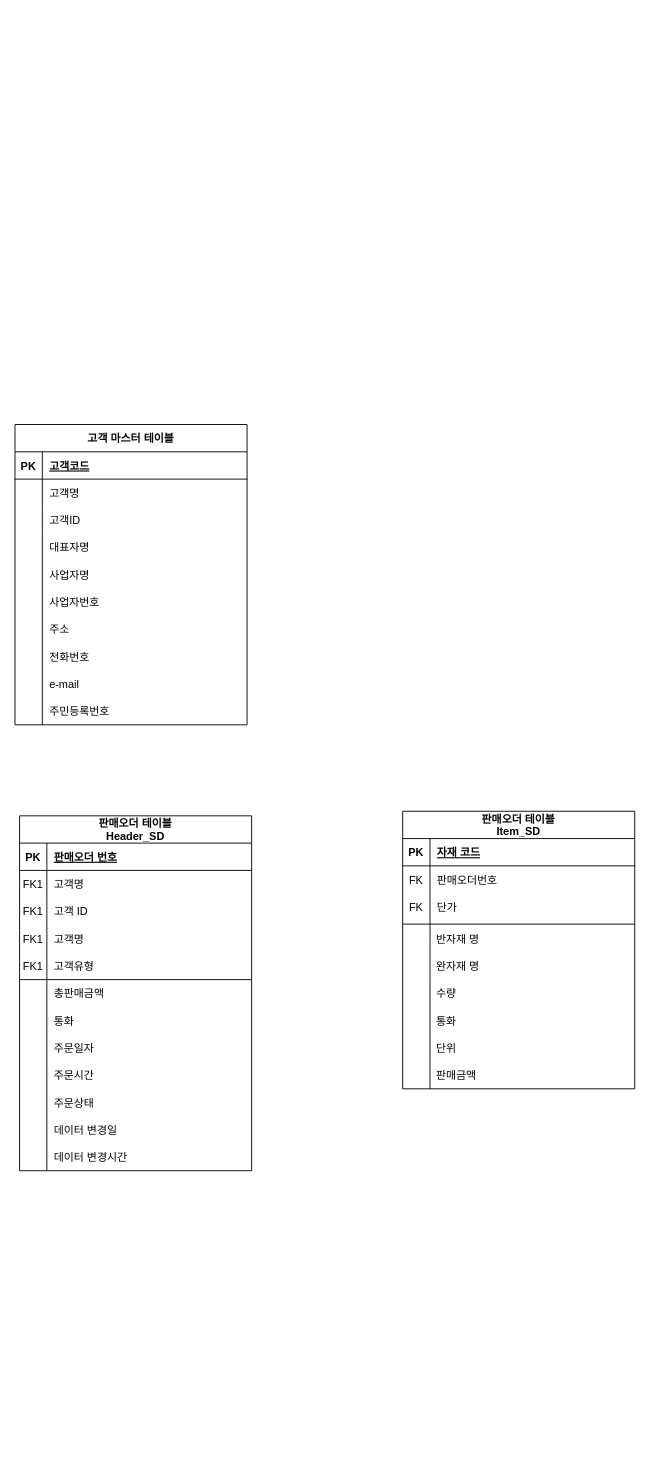
Before: ERD.drawio in theboxx/haha, a draw.io diagram. Source tidied: cells renumbered, new cells numbered last; positions are measured from the earlier drawing's top-left corner, leaving out a move shared by most shapes. Both pictures are drawn from the tidied source at 91%, with x=0, y=0 at pixel (15, 424).
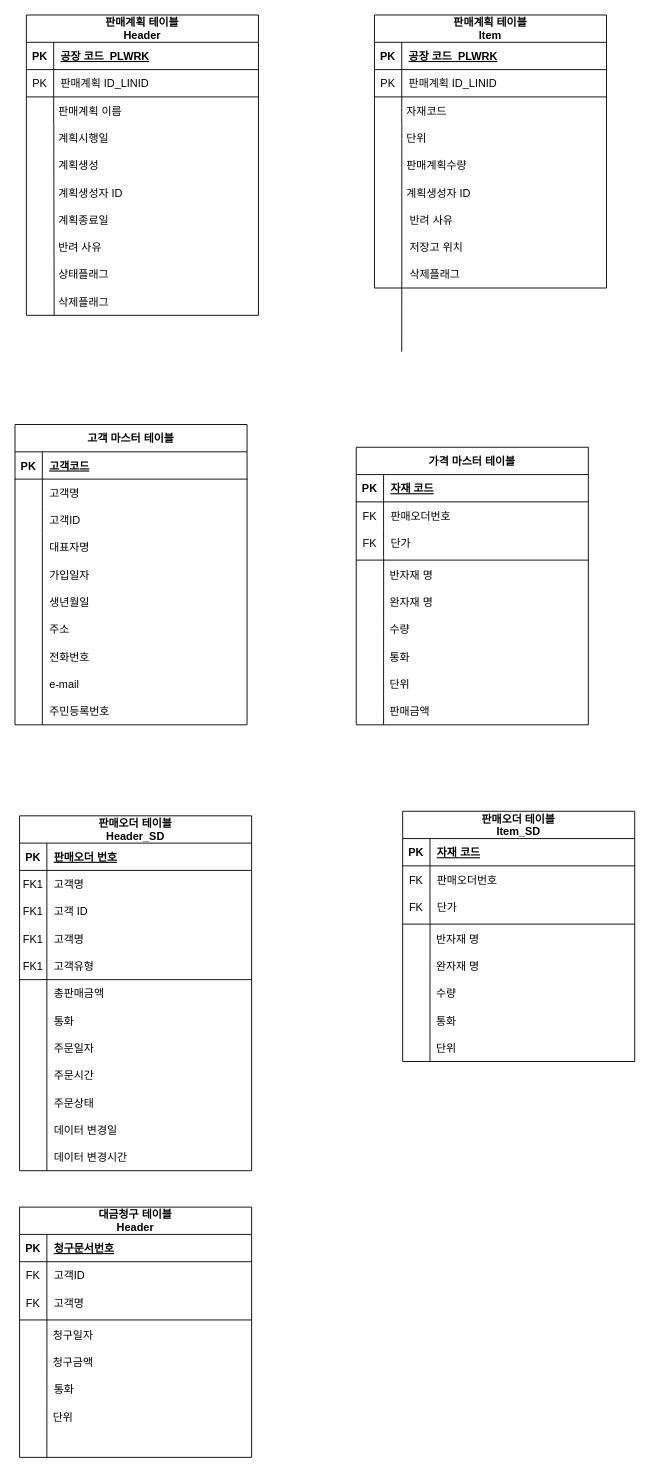
The same page after the edit.

Unchanged cells that the change refers to:
```xml
<mxCell id="32" style="shape=partialRectangle;fillColor=none;points=[[0,0.5],[1,0.5]];portConstraint=eastwest;top=0;left=0;right=0;bottom=0;" parent="25" vertex="1">
  <mxGeometry y="90" width="255" height="30" as="geometry" />
</mxCell>
```

The edit, as a diff of the source:
```diff
@@
     <mxCell id="25" value="판매오더 테이블&#10;Item_SD" style="shape=table;startSize=30;childLayout=tableLayout;rowLines=0;fontStyle=1;align=center;" parent="1" vertex="1">
-      <mxGeometry x="426" y="425" width="255" height="305" as="geometry" />
+      <mxGeometry x="426" y="425" width="255" height="275" as="geometry" />
     </mxCell>
@@
     <mxCell id="35" style="endArrow=none;html=1;rounded=0;entryX=0.118;entryY=1;entryDx=0;entryDy=0;entryPerimeter=0;" parent="1" edge="1" target="32">
       <mxGeometry relative="1" as="geometry">
-        <mxPoint x="456" y="730" as="sourcePoint" />
+        <mxPoint x="456" y="700" as="sourcePoint" />
       </mxGeometry>
     </mxCell>
@@
-    <mxCell id="42" value="판매금액" style="shape=partialRectangle;overflow=hidden;fillColor=none;top=0;left=0;bottom=0;right=0;align=left;spacingLeft=6;" parent="1" vertex="1">
-      <mxGeometry x="455" y="700" width="220" height="30" as="geometry" />
-    </mxCell>
@@
-    <mxCell id="54" value="사업자명" style="shape=partialRectangle;overflow=hidden;fillColor=none;top=0;left=0;bottom=0;right=0;align=left;spacingLeft=6;" parent="1" vertex="1">
+    <mxCell id="54" value="가입일자" style="shape=partialRectangle;overflow=hidden;fillColor=none;top=0;left=0;bottom=0;right=0;align=left;spacingLeft=6;" parent="1" vertex="1">
       <mxGeometry x="30" y="150" width="220" height="30" as="geometry" />
     </mxCell>
@@
-    <mxCell id="56" value="사업자번호" style="shape=partialRectangle;overflow=hidden;fillColor=none;top=0;left=0;bottom=0;right=0;align=left;spacingLeft=6;" parent="1" vertex="1">
+    <mxCell id="56" value="생년월일" style="shape=partialRectangle;overflow=hidden;fillColor=none;top=0;left=0;bottom=0;right=0;align=left;spacingLeft=6;" parent="1" vertex="1">
       <mxGeometry x="30" y="180" width="220" height="30" as="geometry" />
     </mxCell>
@@
+    <mxCell id="61" value="가격 마스터 테이블" style="shape=table;startSize=30;childLayout=tableLayout;rowLines=0;fontStyle=1;align=center;" parent="1" vertex="1">
+      <mxGeometry x="375" y="25" width="255" height="305" as="geometry" />
+    </mxCell>
+    <mxCell id="62" style="shape=partialRectangle;fillColor=none;top=0;left=0;right=0;bottom=1;" parent="61" vertex="1">
+      <mxGeometry y="30" width="255" height="30" as="geometry" />
+    </mxCell>
+    <mxCell id="63" value="PK" style="shape=partialRectangle;overflow=hidden;fillColor=none;top=0;left=0;bottom=0;right=0;fontStyle=1;" parent="62" vertex="1">
+      <mxGeometry width="30" height="30" as="geometry" />
+    </mxCell>
+    <mxCell id="64" value="자재 코드" style="shape=partialRectangle;overflow=hidden;fillColor=none;top=0;left=0;bottom=0;right=0;align=left;spacingLeft=6;fontStyle=5;" parent="62" vertex="1">
+      <mxGeometry x="30" width="225" height="30" as="geometry" />
+    </mxCell>
+    <mxCell id="65" style="shape=partialRectangle;fillColor=none;top=0;left=0;right=0;bottom=0;" parent="61" vertex="1">
+      <mxGeometry y="60" width="255" height="30" as="geometry" />
+    </mxCell>
+    <mxCell id="66" value="FK" style="shape=partialRectangle;overflow=hidden;fillColor=none;top=0;left=0;bottom=0;right=0;" parent="65" vertex="1">
+      <mxGeometry width="30" height="30" as="geometry" />
+    </mxCell>
+    <mxCell id="67" value="판매오더번호" style="shape=partialRectangle;overflow=hidden;fillColor=none;top=0;left=0;bottom=0;right=0;align=left;spacingLeft=6;" parent="65" vertex="1">
+      <mxGeometry x="30" width="225" height="30" as="geometry" />
+    </mxCell>
+    <mxCell id="68" style="shape=partialRectangle;fillColor=none;points=[[0,0.5],[1,0.5]];portConstraint=eastwest;top=0;left=0;right=0;bottom=0;" parent="61" vertex="1">
+      <mxGeometry y="90" width="255" height="30" as="geometry" />
+    </mxCell>
+    <mxCell id="69" value="FK" style="shape=partialRectangle;overflow=hidden;fillColor=none;top=0;left=0;bottom=0;right=0;" parent="68" vertex="1">
+      <mxGeometry width="30" height="30" as="geometry" />
+    </mxCell>
+    <mxCell id="70" value="단가" style="shape=partialRectangle;overflow=hidden;fillColor=none;top=0;left=0;bottom=0;right=0;align=left;spacingLeft=6;" parent="68" vertex="1">
+      <mxGeometry x="30" width="225" height="30" as="geometry" />
+    </mxCell>
+    <mxCell id="71" style="endArrow=none;html=1;rounded=0;entryX=0.118;entryY=1;entryDx=0;entryDy=0;entryPerimeter=0;" parent="1" edge="1" target="68">
+      <mxGeometry relative="1" as="geometry">
+        <mxPoint x="405" y="330" as="sourcePoint" />
+      </mxGeometry>
+    </mxCell>
+    <mxCell id="72" style="endArrow=none;html=1;rounded=0;" parent="1" edge="1">
+      <mxGeometry relative="1" as="geometry">
+        <mxPoint x="375" y="149" as="sourcePoint" />
+        <mxPoint x="630" y="149" as="targetPoint" />
+      </mxGeometry>
+    </mxCell>
+    <mxCell id="73" value="완자재 명" style="shape=partialRectangle;overflow=hidden;fillColor=none;top=0;left=0;bottom=0;right=0;align=left;spacingLeft=6;" parent="1" vertex="1">
+      <mxGeometry x="404" y="180" width="220" height="30" as="geometry" />
+    </mxCell>
+    <mxCell id="74" value="통화" style="shape=partialRectangle;overflow=hidden;fillColor=none;top=0;left=0;bottom=0;right=0;align=left;spacingLeft=6;" parent="1" vertex="1">
+      <mxGeometry x="404" y="240" width="220" height="30" as="geometry" />
+    </mxCell>
+    <mxCell id="75" value="반자재 명" style="shape=partialRectangle;overflow=hidden;fillColor=none;top=0;left=0;bottom=0;right=0;align=left;spacingLeft=6;" parent="1" vertex="1">
+      <mxGeometry x="404" y="150" width="220" height="30" as="geometry" />
+    </mxCell>
+    <mxCell id="76" value="수량" style="shape=partialRectangle;overflow=hidden;fillColor=none;top=0;left=0;bottom=0;right=0;align=left;spacingLeft=6;" parent="1" vertex="1">
+      <mxGeometry x="404" y="210" width="220" height="30" as="geometry" />
+    </mxCell>
+    <mxCell id="77" value="단위" style="shape=partialRectangle;overflow=hidden;fillColor=none;top=0;left=0;bottom=0;right=0;align=left;spacingLeft=6;" parent="1" vertex="1">
+      <mxGeometry x="404" y="270" width="220" height="30" as="geometry" />
+    </mxCell>
+    <mxCell id="42" value="판매금액" style="shape=partialRectangle;overflow=hidden;fillColor=none;top=0;left=0;bottom=0;right=0;align=left;spacingLeft=6;" parent="1" vertex="1">
+      <mxGeometry x="404" y="300" width="220" height="30" as="geometry" />
+    </mxCell>
+    <mxCell id="78" value="판매계획 테이블&#10;Header" style="shape=table;startSize=30;childLayout=tableLayout;rowLines=0;fontStyle=1;align=center;" parent="1" vertex="1">
+      <mxGeometry x="12.5" y="-450" width="255" height="330" as="geometry" />
+    </mxCell>
+    <mxCell id="79" style="shape=partialRectangle;fillColor=none;top=0;left=0;right=0;bottom=1;" parent="78" vertex="1">
+      <mxGeometry y="30" width="255" height="30" as="geometry" />
+    </mxCell>
+    <mxCell id="80" value="PK" style="shape=partialRectangle;overflow=hidden;fillColor=none;top=0;left=0;bottom=0;right=0;fontStyle=1;" parent="79" vertex="1">
+      <mxGeometry width="30" height="30" as="geometry" />
+    </mxCell>
+    <mxCell id="81" value="공장 코드_PLWRK" style="shape=partialRectangle;overflow=hidden;fillColor=none;top=0;left=0;bottom=0;right=0;align=left;spacingLeft=6;fontStyle=5;" parent="79" vertex="1">
+      <mxGeometry x="30" width="225" height="30" as="geometry" />
+    </mxCell>
+    <mxCell id="82" style="shape=partialRectangle;fillColor=none;top=0;left=0;right=0;bottom=0;" parent="78" vertex="1">
+      <mxGeometry y="60" width="255" height="30" as="geometry" />
+    </mxCell>
+    <mxCell id="83" value="PK" style="shape=partialRectangle;overflow=hidden;fillColor=none;top=0;left=0;bottom=0;right=0;" parent="82" vertex="1">
+      <mxGeometry width="30" height="30" as="geometry" />
+    </mxCell>
+    <mxCell id="84" value="판매계획 ID_LINID" style="shape=partialRectangle;overflow=hidden;fillColor=none;top=0;left=0;bottom=0;right=0;align=left;spacingLeft=6;" parent="82" vertex="1">
+      <mxGeometry x="30" width="225" height="30" as="geometry" />
+    </mxCell>
+    <mxCell id="85" style="shape=partialRectangle;fillColor=none;points=[[0,0.5],[1,0.5]];portConstraint=eastwest;top=0;left=0;right=0;bottom=0;" parent="78" vertex="1">
+      <mxGeometry y="90" width="255" height="30" as="geometry" />
+    </mxCell>
+    <mxCell id="86" style="shape=partialRectangle;overflow=hidden;fillColor=none;top=0;left=0;bottom=0;right=0;" parent="85" vertex="1">
+      <mxGeometry width="30" height="30" as="geometry" />
+    </mxCell>
+    <mxCell id="87" style="shape=partialRectangle;overflow=hidden;fillColor=none;top=0;left=0;bottom=0;right=0;align=left;spacingLeft=6;" parent="85" vertex="1">
+      <mxGeometry x="30" width="225" height="30" as="geometry" />
+    </mxCell>
+    <mxCell id="88" style="endArrow=none;html=1;rounded=0;entryX=0.118;entryY=1;entryDx=0;entryDy=0;entryPerimeter=0;" parent="1" edge="1" target="85">
+      <mxGeometry relative="1" as="geometry">
+        <mxPoint x="43" y="-120" as="sourcePoint" />
+      </mxGeometry>
+    </mxCell>
+    <mxCell id="89" style="endArrow=none;html=1;rounded=0;" parent="1" edge="1">
+      <mxGeometry relative="1" as="geometry">
+        <mxPoint x="12.5" y="-360" as="sourcePoint" />
+        <mxPoint x="267.5" y="-360" as="targetPoint" />
+      </mxGeometry>
+    </mxCell>
+    <mxCell id="90" value="판매계획 이름" style="shape=partialRectangle;overflow=hidden;fillColor=none;top=0;left=0;bottom=0;right=0;align=left;spacingLeft=6;" parent="1" vertex="1">
+      <mxGeometry x="40" y="-360" width="220" height="30" as="geometry" />
+    </mxCell>
+    <mxCell id="91" value="계획생성" style="shape=partialRectangle;overflow=hidden;fillColor=none;top=0;left=0;bottom=0;right=0;align=left;spacingLeft=6;" parent="1" vertex="1">
+      <mxGeometry x="40" y="-300" width="220" height="30" as="geometry" />
+    </mxCell>
+    <mxCell id="92" value="계획시행일" style="shape=partialRectangle;overflow=hidden;fillColor=none;top=0;left=0;bottom=0;right=0;align=left;spacingLeft=6;" parent="1" vertex="1">
+      <mxGeometry x="40" y="-330" width="220" height="30" as="geometry" />
+    </mxCell>
+    <mxCell id="93" value="계획생성자 ID" style="shape=partialRectangle;overflow=hidden;fillColor=none;top=0;left=0;bottom=0;right=0;align=left;spacingLeft=6;" parent="1" vertex="1">
+      <mxGeometry x="40" y="-270" width="220" height="30" as="geometry" />
+    </mxCell>
+    <mxCell id="94" value="반려 사유" style="shape=partialRectangle;overflow=hidden;fillColor=none;top=0;left=0;bottom=0;right=0;align=left;spacingLeft=6;" parent="1" vertex="1">
+      <mxGeometry x="40" y="-210" width="220" height="30" as="geometry" />
+    </mxCell>
+    <mxCell id="95" value="상태플래그" style="shape=partialRectangle;overflow=hidden;fillColor=none;top=0;left=0;bottom=0;right=0;align=left;spacingLeft=6;" parent="1" vertex="1">
+      <mxGeometry x="40" y="-180" width="220" height="30" as="geometry" />
+    </mxCell>
+    <mxCell id="96" value="삭제플래그" style="shape=partialRectangle;overflow=hidden;fillColor=none;top=0;left=0;bottom=0;right=0;align=left;spacingLeft=6;" parent="1" vertex="1">
+      <mxGeometry x="40" y="-150" width="220" height="30" as="geometry" />
+    </mxCell>
+    <mxCell id="97" value="판매계획 테이블&#10;Item" style="shape=table;startSize=30;childLayout=tableLayout;rowLines=0;fontStyle=1;align=center;" parent="1" vertex="1">
+      <mxGeometry x="395" y="-450" width="255" height="300" as="geometry" />
+    </mxCell>
+    <mxCell id="98" style="shape=partialRectangle;fillColor=none;top=0;left=0;right=0;bottom=1;" parent="97" vertex="1">
+      <mxGeometry y="30" width="255" height="30" as="geometry" />
+    </mxCell>
+    <mxCell id="99" value="PK" style="shape=partialRectangle;overflow=hidden;fillColor=none;top=0;left=0;bottom=0;right=0;fontStyle=1;" parent="98" vertex="1">
+      <mxGeometry width="30" height="30" as="geometry" />
+    </mxCell>
+    <mxCell id="100" value="공장 코드_PLWRK" style="shape=partialRectangle;overflow=hidden;fillColor=none;top=0;left=0;bottom=0;right=0;align=left;spacingLeft=6;fontStyle=5;" parent="98" vertex="1">
+      <mxGeometry x="30" width="225" height="30" as="geometry" />
+    </mxCell>
+    <mxCell id="101" style="shape=partialRectangle;fillColor=none;top=0;left=0;right=0;bottom=0;" parent="97" vertex="1">
+      <mxGeometry y="60" width="255" height="30" as="geometry" />
+    </mxCell>
+    <mxCell id="102" value="PK" style="shape=partialRectangle;overflow=hidden;fillColor=none;top=0;left=0;bottom=0;right=0;" parent="101" vertex="1">
+      <mxGeometry width="30" height="30" as="geometry" />
+    </mxCell>
+    <mxCell id="103" value="판매계획 ID_LINID" style="shape=partialRectangle;overflow=hidden;fillColor=none;top=0;left=0;bottom=0;right=0;align=left;spacingLeft=6;" parent="101" vertex="1">
+      <mxGeometry x="30" width="225" height="30" as="geometry" />
+    </mxCell>
+    <mxCell id="104" style="shape=partialRectangle;fillColor=none;points=[[0,0.5],[1,0.5]];portConstraint=eastwest;top=0;left=0;right=0;bottom=0;" parent="97" vertex="1">
+      <mxGeometry y="90" width="255" height="30" as="geometry" />
+    </mxCell>
+    <mxCell id="105" style="shape=partialRectangle;overflow=hidden;fillColor=none;top=0;left=0;bottom=0;right=0;" parent="104" vertex="1">
+      <mxGeometry width="30" height="30" as="geometry" />
+    </mxCell>
+    <mxCell id="106" style="shape=partialRectangle;overflow=hidden;fillColor=none;top=0;left=0;bottom=0;right=0;align=left;spacingLeft=6;" parent="104" vertex="1">
+      <mxGeometry x="30" width="225" height="30" as="geometry" />
+    </mxCell>
+    <mxCell id="107" style="endArrow=none;html=1;rounded=0;entryX=0.118;entryY=1;entryDx=0;entryDy=0;entryPerimeter=0;" parent="1" edge="1" target="104">
+      <mxGeometry relative="1" as="geometry">
+        <mxPoint x="425" y="-80" as="sourcePoint" />
+      </mxGeometry>
+    </mxCell>
+    <mxCell id="108" style="endArrow=none;html=1;rounded=0;" parent="1" edge="1">
+      <mxGeometry relative="1" as="geometry">
+        <mxPoint x="395" y="-360" as="sourcePoint" />
+        <mxPoint x="650" y="-360" as="targetPoint" />
+      </mxGeometry>
+    </mxCell>
+    <mxCell id="109" value="자재코드" style="shape=partialRectangle;overflow=hidden;fillColor=none;top=0;left=0;bottom=0;right=0;align=left;spacingLeft=6;" parent="1" vertex="1">
+      <mxGeometry x="422.5" y="-360" width="220" height="30" as="geometry" />
+    </mxCell>
+    <mxCell id="110" value="판매계획수량" style="shape=partialRectangle;overflow=hidden;fillColor=none;top=0;left=0;bottom=0;right=0;align=left;spacingLeft=6;" parent="1" vertex="1">
+      <mxGeometry x="422.5" y="-300" width="220" height="30" as="geometry" />
+    </mxCell>
+    <mxCell id="111" value="단위" style="shape=partialRectangle;overflow=hidden;fillColor=none;top=0;left=0;bottom=0;right=0;align=left;spacingLeft=6;" parent="1" vertex="1">
+      <mxGeometry x="422.5" y="-330" width="220" height="30" as="geometry" />
+    </mxCell>
+    <mxCell id="112" value="계획생성자 ID" style="shape=partialRectangle;overflow=hidden;fillColor=none;top=0;left=0;bottom=0;right=0;align=left;spacingLeft=6;" parent="1" vertex="1">
+      <mxGeometry x="422.5" y="-270" width="220" height="30" as="geometry" />
+    </mxCell>
+    <mxCell id="113" value="반려 사유" style="shape=partialRectangle;overflow=hidden;fillColor=none;top=0;left=0;bottom=0;right=0;align=left;spacingLeft=6;" parent="1" vertex="1">
+      <mxGeometry x="426" y="-240" width="220" height="30" as="geometry" />
+    </mxCell>
+    <mxCell id="114" value="삭제플래그" style="shape=partialRectangle;overflow=hidden;fillColor=none;top=0;left=0;bottom=0;right=0;align=left;spacingLeft=6;" parent="1" vertex="1">
+      <mxGeometry x="426" y="-180" width="220" height="30" as="geometry" />
+    </mxCell>
+    <mxCell id="115" value="계획종료일" style="shape=partialRectangle;overflow=hidden;fillColor=none;top=0;left=0;bottom=0;right=0;align=left;spacingLeft=6;" parent="1" vertex="1">
+      <mxGeometry x="40" y="-240" width="220" height="30" as="geometry" />
+    </mxCell>
+    <mxCell id="116" value="저장고 위치" style="shape=partialRectangle;overflow=hidden;fillColor=none;top=0;left=0;bottom=0;right=0;align=left;spacingLeft=6;" parent="1" vertex="1">
+      <mxGeometry x="426" y="-210" width="220" height="30" as="geometry" />
+    </mxCell>
+    <mxCell id="117" value="대금청구 테이블&#10;Header" style="shape=table;startSize=30;childLayout=tableLayout;rowLines=0;fontStyle=1;align=center;" parent="1" vertex="1">
+      <mxGeometry x="5" y="860" width="255" height="275" as="geometry" />
+    </mxCell>
+    <mxCell id="118" style="shape=partialRectangle;fillColor=none;top=0;left=0;right=0;bottom=1;" parent="117" vertex="1">
+      <mxGeometry y="30" width="255" height="30" as="geometry" />
+    </mxCell>
+    <mxCell id="119" value="PK" style="shape=partialRectangle;overflow=hidden;fillColor=none;top=0;left=0;bottom=0;right=0;fontStyle=1;" parent="118" vertex="1">
+      <mxGeometry width="30" height="30" as="geometry" />
+    </mxCell>
+    <mxCell id="120" value="청구문서번호" style="shape=partialRectangle;overflow=hidden;fillColor=none;top=0;left=0;bottom=0;right=0;align=left;spacingLeft=6;fontStyle=5;" parent="118" vertex="1">
+      <mxGeometry x="30" width="225" height="30" as="geometry" />
+    </mxCell>
+    <mxCell id="121" style="shape=partialRectangle;fillColor=none;top=0;left=0;right=0;bottom=0;" parent="117" vertex="1">
+      <mxGeometry y="60" width="255" height="30" as="geometry" />
+    </mxCell>
+    <mxCell id="122" value="FK" style="shape=partialRectangle;overflow=hidden;fillColor=none;top=0;left=0;bottom=0;right=0;" parent="121" vertex="1">
+      <mxGeometry width="30" height="30" as="geometry" />
+    </mxCell>
+    <mxCell id="123" value="고객ID" style="shape=partialRectangle;overflow=hidden;fillColor=none;top=0;left=0;bottom=0;right=0;align=left;spacingLeft=6;" parent="121" vertex="1">
+      <mxGeometry x="30" width="225" height="30" as="geometry" />
+    </mxCell>
+    <mxCell id="124" style="shape=partialRectangle;fillColor=none;points=[[0,0.5],[1,0.5]];portConstraint=eastwest;top=0;left=0;right=0;bottom=0;" parent="117" vertex="1">
+      <mxGeometry y="90" width="255" height="30" as="geometry" />
+    </mxCell>
+    <mxCell id="125" value="FK" style="shape=partialRectangle;overflow=hidden;fillColor=none;top=0;left=0;bottom=0;right=0;" parent="124" vertex="1">
+      <mxGeometry width="30" height="30" as="geometry" />
+    </mxCell>
+    <mxCell id="126" value="고객명" style="shape=partialRectangle;overflow=hidden;fillColor=none;top=0;left=0;bottom=0;right=0;align=left;spacingLeft=6;" parent="124" vertex="1">
+      <mxGeometry x="30" width="225" height="30" as="geometry" />
+    </mxCell>
+    <mxCell id="127" style="endArrow=none;html=1;rounded=0;entryX=0.118;entryY=1;entryDx=0;entryDy=0;entryPerimeter=0;" parent="1" edge="1" target="124">
+      <mxGeometry relative="1" as="geometry">
+        <mxPoint x="35" y="1135" as="sourcePoint" />
+      </mxGeometry>
+    </mxCell>
+    <mxCell id="128" style="endArrow=none;html=1;rounded=0;" parent="1" edge="1">
+      <mxGeometry relative="1" as="geometry">
+        <mxPoint x="5" y="984" as="sourcePoint" />
+        <mxPoint x="260" y="984" as="targetPoint" />
+      </mxGeometry>
+    </mxCell>
+    <mxCell id="129" value="청구금액" style="shape=partialRectangle;overflow=hidden;fillColor=none;top=0;left=0;bottom=0;right=0;align=left;spacingLeft=6;" parent="1" vertex="1">
+      <mxGeometry x="34" y="1015" width="220" height="30" as="geometry" />
+    </mxCell>
+    <mxCell id="130" value="통화" style="shape=partialRectangle;overflow=hidden;fillColor=none;top=0;left=0;bottom=0;right=0;align=left;spacingLeft=6;" parent="1" vertex="1">
+      <mxGeometry x="35" y="1045" width="220" height="30" as="geometry" />
+    </mxCell>
+    <mxCell id="131" value="청구일자" style="shape=partialRectangle;overflow=hidden;fillColor=none;top=0;left=0;bottom=0;right=0;align=left;spacingLeft=6;" parent="1" vertex="1">
+      <mxGeometry x="34" y="985" width="220" height="30" as="geometry" />
+    </mxCell>
+    <mxCell id="132" value="단위" style="shape=partialRectangle;overflow=hidden;fillColor=none;top=0;left=0;bottom=0;right=0;align=left;spacingLeft=6;" parent="1" vertex="1">
+      <mxGeometry x="34" y="1075" width="220" height="30" as="geometry" />
+    </mxCell>
```
